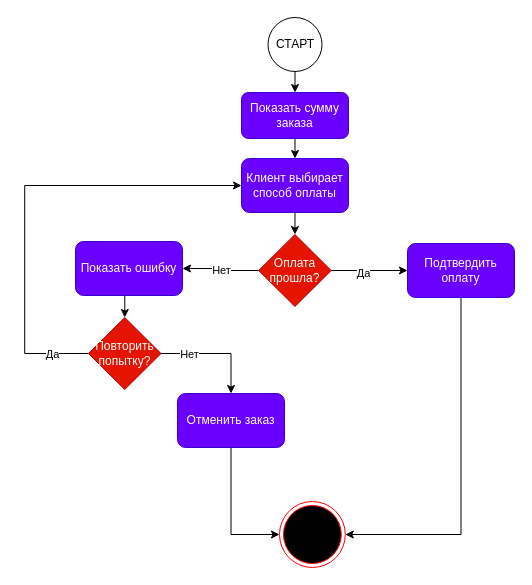
Above: lab1/diagrams/activity.drawio in Darya-Sevashko/visual-programming-labs-Sevashko (draw.io), before the change. Source tidied: cells renumbered, new cells numbered last; positions are measured from the earlier drawing's top-left corner, leaving out a move shared by most shapes. Both pictures are drawn from the tidied source at 100%, with x=0, y=0 at pixel (24, 17).
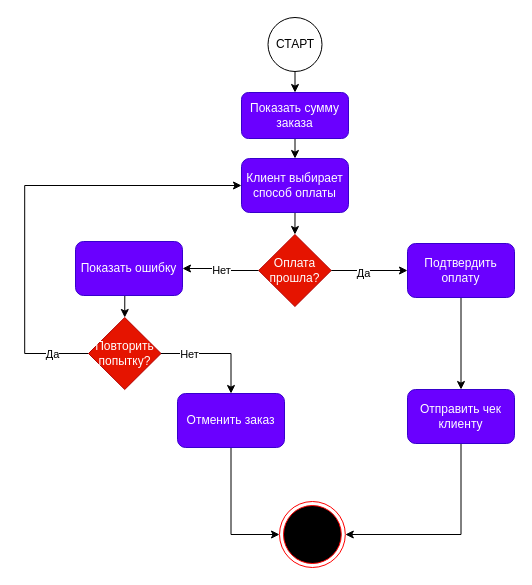
After the change.

Commit message (it also covers changes not shown here):
Update UML Activity: add minor element

Unchanged cells that the change refers to:
```xml
<mxCell id="11" value="КОНЕЦ" style="ellipse;html=1;shape=endState;fillColor=light-dark(#000000,#000000);strokeColor=#ff0000;" parent="1" vertex="1">
  <mxGeometry x="255" y="484" width="65.8" height="66" as="geometry" />
</mxCell>
<mxCell id="17" value="Подтвердить оплату" style="rounded=1;whiteSpace=wrap;html=1;fillColor=#6a00ff;strokeColor=#3700CC;fontColor=#ffffff;" parent="1" vertex="1">
  <mxGeometry x="383" y="226" width="107" height="54" as="geometry" />
</mxCell>
```

What changed in the source:
```diff
@@
-    <mxCell id="16" style="edgeStyle=orthogonalEdgeStyle;rounded=0;jettySize=auto;html=1;exitX=0.5;exitY=1;exitDx=0;exitDy=0;entryX=1;entryY=0.5;entryDx=0;entryDy=0;strokeColor=light-dark(#000000,#000000);" parent="1" edge="1" source="17" target="11">
+    <mxCell id="16" style="edgeStyle=orthogonalEdgeStyle;rounded=0;jettySize=auto;html=1;exitX=0.5;exitY=1;exitDx=0;exitDy=0;entryX=1;entryY=0.5;entryDx=0;entryDy=0;strokeColor=light-dark(#000000,#000000);" parent="1" edge="1" source="26" target="11">
       <mxGeometry relative="1" as="geometry" />
     </mxCell>
+    <mxCell id="25" style="edgeStyle=orthogonalEdgeStyle;rounded=0;jettySize=auto;html=1;exitX=0.5;exitY=1;exitDx=0;exitDy=0;entryX=0.5;entryY=0;entryDx=0;entryDy=0;strokeColor=light-dark(#000000,#000000);" parent="1" edge="1" source="17" target="26">
+      <mxGeometry relative="1" as="geometry" />
+    </mxCell>
@@
+    <mxCell id="26" value="Отправить чек клиенту" style="rounded=1;whiteSpace=wrap;html=1;fillColor=#6a00ff;strokeColor=#3700CC;fontColor=#ffffff;" parent="1" vertex="1">
+      <mxGeometry x="383" y="372" width="107" height="54" as="geometry" />
+    </mxCell>
```
